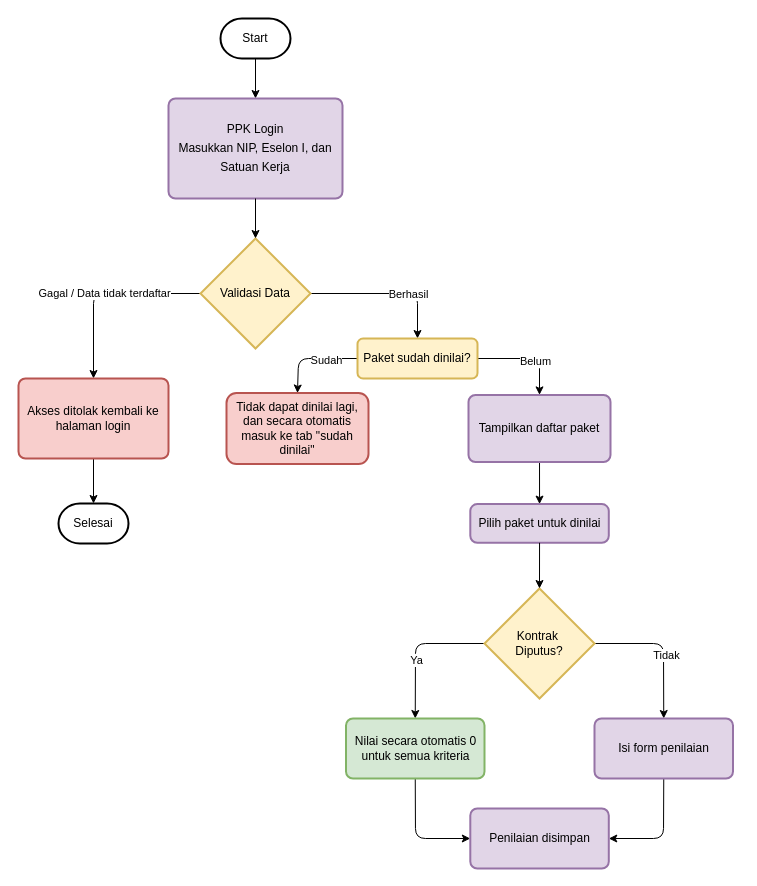
Before: docs/user_flow.drawio in Aldbow/Sistem-Penilaian-Penyedia, a draw.io diagram. Source tidied: cells renumbered, new cells numbered last; positions are measured from the earlier drawing's top-left corner, leaving out a move shared by most shapes. Both pictures are drawn from the tidied source at 100%, with x=0, y=0 at pixel (18, 18).
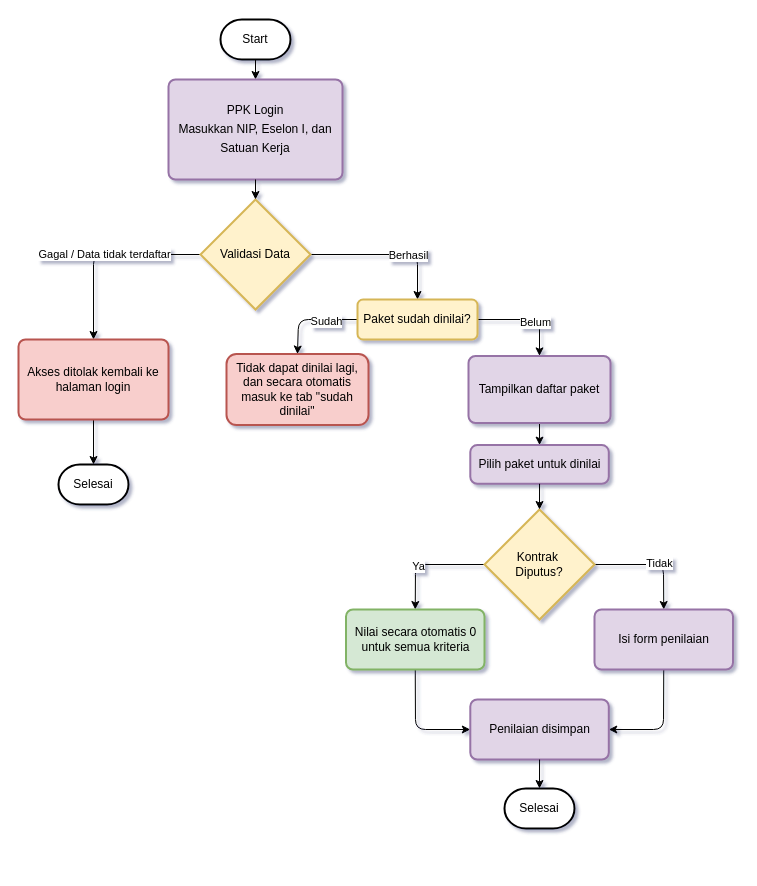
The same page after the edit.

What changed in the source:
```diff
@@
-<mxGraphModel>
+<mxGraphModel shadow="1">
@@
     <mxCell id="3" value="Gagal / Data tidak terdaftar" style="edgeStyle=none;html=1;exitX=0;exitY=0.5;exitDx=0;exitDy=0;exitPerimeter=0;entryX=0.5;entryY=0;entryDx=0;entryDy=0;" parent="1" edge="1" source="8" target="13">
       <mxGeometry relative="1" as="geometry">
         <Array as="points">
-          <mxPoint x="75" y="275" />
+          <mxPoint x="75" y="236" />
         </Array>
       </mxGeometry>
     </mxCell>
     <mxCell id="4" value="&lt;div style=&quot;line-height: 160%;&quot;&gt;PPK Login&lt;div&gt;Masukkan NIP, Eselon I, dan Satuan Kerja&lt;/div&gt;&lt;/div&gt;" style="rounded=1;whiteSpace=wrap;html=1;absoluteArcSize=1;arcSize=14;strokeWidth=2;fillColor=#e1d5e7;strokeColor=#9673a6;" parent="1" vertex="1">
-      <mxGeometry x="150" y="80" width="174" height="100" as="geometry" />
+      <mxGeometry x="150" y="61" width="174" height="100" as="geometry" />
     </mxCell>
     <mxCell id="5" style="edgeStyle=none;html=1;entryX=0.5;entryY=0;entryDx=0;entryDy=0;exitX=1;exitY=0.5;exitDx=0;exitDy=0;exitPerimeter=0;" parent="1" edge="1" source="8" target="20">
       <mxGeometry relative="1" as="geometry">
         <Array as="points">
-          <mxPoint x="399" y="275" />
+          <mxPoint x="399" y="236" />
         </Array>
       </mxGeometry>
     </mxCell>
@@
     <mxCell id="8" value="Validasi Data" style="strokeWidth=2;html=1;shape=mxgraph.flowchart.decision;whiteSpace=wrap;fillColor=#fff2cc;strokeColor=#d6b656;" parent="1" vertex="1">
-      <mxGeometry x="182" y="220" width="110" height="110" as="geometry" />
+      <mxGeometry x="182" y="181" width="110" height="110" as="geometry" />
     </mxCell>
     <mxCell id="9" value="Selesai" style="strokeWidth=2;html=1;shape=mxgraph.flowchart.terminator;whiteSpace=wrap;" parent="1" vertex="1">
-      <mxGeometry x="40" y="485" width="70" height="40" as="geometry" />
+      <mxGeometry x="40" y="446" width="70" height="40" as="geometry" />
     </mxCell>
     <mxCell id="10" value="Tampilkan daftar paket" style="rounded=1;whiteSpace=wrap;html=1;absoluteArcSize=1;arcSize=14;strokeWidth=2;fillColor=#e1d5e7;strokeColor=#9673a6;" parent="1" vertex="1">
-      <mxGeometry x="450" y="376.4" width="142" height="67.2" as="geometry" />
+      <mxGeometry x="450" y="337.4" width="142" height="67.2" as="geometry" />
     </mxCell>
@@
     <mxCell id="13" value="Akses ditolak kembali ke halaman login" style="rounded=1;whiteSpace=wrap;html=1;absoluteArcSize=1;arcSize=14;strokeWidth=2;fillColor=#f8cecc;strokeColor=#b85450;" parent="1" vertex="1">
-      <mxGeometry y="360" width="150" height="80" as="geometry" />
+      <mxGeometry y="321" width="150" height="80" as="geometry" />
     </mxCell>
     <mxCell id="14" value="Pilih paket untuk dinilai" style="rounded=1;whiteSpace=wrap;html=1;absoluteArcSize=1;arcSize=14;strokeWidth=2;fillColor=#e1d5e7;strokeColor=#9673a6;" parent="1" vertex="1">
-      <mxGeometry x="451.8" y="485.6" width="138.5" height="38.7" as="geometry" />
+      <mxGeometry x="451.8" y="426.6" width="138.5" height="38.7" as="geometry" />
     </mxCell>
     <mxCell id="15" value="Tidak dapat dinilai lagi, dan secara otomatis masuk ke tab &quot;sudah dinilai&quot;" style="whiteSpace=wrap;html=1;rounded=1;arcSize=14;strokeWidth=2;fillColor=#f8cecc;strokeColor=#b85450;" parent="1" vertex="1">
-      <mxGeometry x="208" y="374.5" width="142" height="71" as="geometry" />
+      <mxGeometry x="208" y="335.5" width="142" height="71" as="geometry" />
     </mxCell>
     <mxCell id="16" style="edgeStyle=none;html=1;exitX=0;exitY=0.5;exitDx=0;exitDy=0;entryX=0.5;entryY=0;entryDx=0;entryDy=0;" parent="1" edge="1" source="20" target="15">
       <mxGeometry relative="1" as="geometry">
         <Array as="points">
-          <mxPoint x="280" y="340" />
+          <mxPoint x="280" y="301" />
         </Array>
       </mxGeometry>
     </mxCell>
@@
     <mxCell id="18" style="edgeStyle=none;html=1;entryX=0.5;entryY=0;entryDx=0;entryDy=0;" parent="1" edge="1" source="20" target="10">
       <mxGeometry relative="1" as="geometry">
         <Array as="points">
-          <mxPoint x="521" y="340" />
+          <mxPoint x="521" y="301" />
         </Array>
       </mxGeometry>
     </mxCell>
@@
     <mxCell id="20" value="Paket sudah dinilai?" style="whiteSpace=wrap;html=1;rounded=1;arcSize=14;strokeWidth=2;fillColor=#fff2cc;strokeColor=#d6b656;" parent="1" vertex="1">
-      <mxGeometry x="339" y="320" width="120" height="40" as="geometry" />
+      <mxGeometry x="339" y="281" width="120" height="40" as="geometry" />
     </mxCell>
     <mxCell id="21" style="edgeStyle=none;html=1;entryX=0.5;entryY=0;entryDx=0;entryDy=0;exitX=1;exitY=0.5;exitDx=0;exitDy=0;exitPerimeter=0;" parent="1" edge="1" source="25" target="28">
       <mxGeometry relative="1" as="geometry">
         <Array as="points">
-          <mxPoint x="645" y="625" />
+          <mxPoint x="645" y="546" />
         </Array>
       </mxGeometry>
     </mxCell>
@@
     <mxCell id="23" style="edgeStyle=none;html=1;entryX=0.5;entryY=0;entryDx=0;entryDy=0;exitX=0;exitY=0.5;exitDx=0;exitDy=0;exitPerimeter=0;" parent="1" edge="1" source="25" target="30">
       <mxGeometry relative="1" as="geometry">
         <Array as="points">
-          <mxPoint x="397" y="625" />
+          <mxPoint x="397" y="546" />
         </Array>
       </mxGeometry>
     </mxCell>
@@
     <mxCell id="25" value="Kontrak&amp;nbsp;&lt;div&gt;Diputus?&lt;/div&gt;" style="strokeWidth=2;html=1;shape=mxgraph.flowchart.decision;whiteSpace=wrap;fillColor=#fff2cc;strokeColor=#d6b656;" parent="1" vertex="1">
-      <mxGeometry x="466" y="570" width="110" height="110" as="geometry" />
+      <mxGeometry x="466" y="491" width="110" height="110" as="geometry" />
     </mxCell>
@@
     <mxCell id="27" style="edgeStyle=none;html=1;exitX=0.5;exitY=1;exitDx=0;exitDy=0;entryX=1;entryY=0.5;entryDx=0;entryDy=0;" parent="1" edge="1" source="28" target="31">
       <mxGeometry relative="1" as="geometry">
         <Array as="points">
-          <mxPoint x="645" y="820" />
+          <mxPoint x="645" y="711" />
         </Array>
       </mxGeometry>
     </mxCell>
     <mxCell id="28" value="Isi form penilaian" style="rounded=1;whiteSpace=wrap;html=1;absoluteArcSize=1;arcSize=14;strokeWidth=2;fillColor=#e1d5e7;strokeColor=#9673a6;" parent="1" vertex="1">
-      <mxGeometry x="576" y="700" width="138.5" height="60" as="geometry" />
+      <mxGeometry x="576" y="591" width="138.5" height="60" as="geometry" />
     </mxCell>
     <mxCell id="29" style="edgeStyle=none;html=1;entryX=0;entryY=0.5;entryDx=0;entryDy=0;exitX=0.5;exitY=1;exitDx=0;exitDy=0;" parent="1" edge="1" source="30" target="31">
       <mxGeometry relative="1" as="geometry">
         <Array as="points">
-          <mxPoint x="397" y="820" />
+          <mxPoint x="397" y="711" />
         </Array>
       </mxGeometry>
     </mxCell>
     <mxCell id="30" value="Nilai secara otomatis 0 untuk semua kriteria" style="rounded=1;whiteSpace=wrap;html=1;absoluteArcSize=1;arcSize=14;strokeWidth=2;fillColor=#d5e8d4;strokeColor=#82b366;" parent="1" vertex="1">
-      <mxGeometry x="327.5" y="700" width="138.5" height="60" as="geometry" />
+      <mxGeometry x="327.5" y="591" width="138.5" height="60" as="geometry" />
     </mxCell>
     <mxCell id="31" value="Penilaian disimpan" style="rounded=1;whiteSpace=wrap;html=1;absoluteArcSize=1;arcSize=14;strokeWidth=2;fillColor=#e1d5e7;strokeColor=#9673a6;" parent="1" vertex="1">
-      <mxGeometry x="451.8" y="790" width="138.5" height="60" as="geometry" />
+      <mxGeometry x="451.8" y="681" width="138.5" height="60" as="geometry" />
     </mxCell>
     <mxCell id="32" value="Start" style="strokeWidth=2;html=1;shape=mxgraph.flowchart.terminator;whiteSpace=wrap;" parent="1" vertex="1">
-      <mxGeometry x="202" width="70" height="40" as="geometry" />
+      <mxGeometry x="202" y="1" width="70" height="40" as="geometry" />
     </mxCell>
+    <mxCell id="33" value="Selesai" style="strokeWidth=2;html=1;shape=mxgraph.flowchart.terminator;whiteSpace=wrap;" parent="1" vertex="1">
+      <mxGeometry x="486" y="770" width="70" height="40" as="geometry" />
+    </mxCell>
+    <mxCell id="34" style="edgeStyle=none;html=1;exitX=0.5;exitY=1;exitDx=0;exitDy=0;entryX=0.5;entryY=0;entryDx=0;entryDy=0;entryPerimeter=0;" parent="1" edge="1" source="31" target="33">
+      <mxGeometry relative="1" as="geometry" />
+    </mxCell>
```
